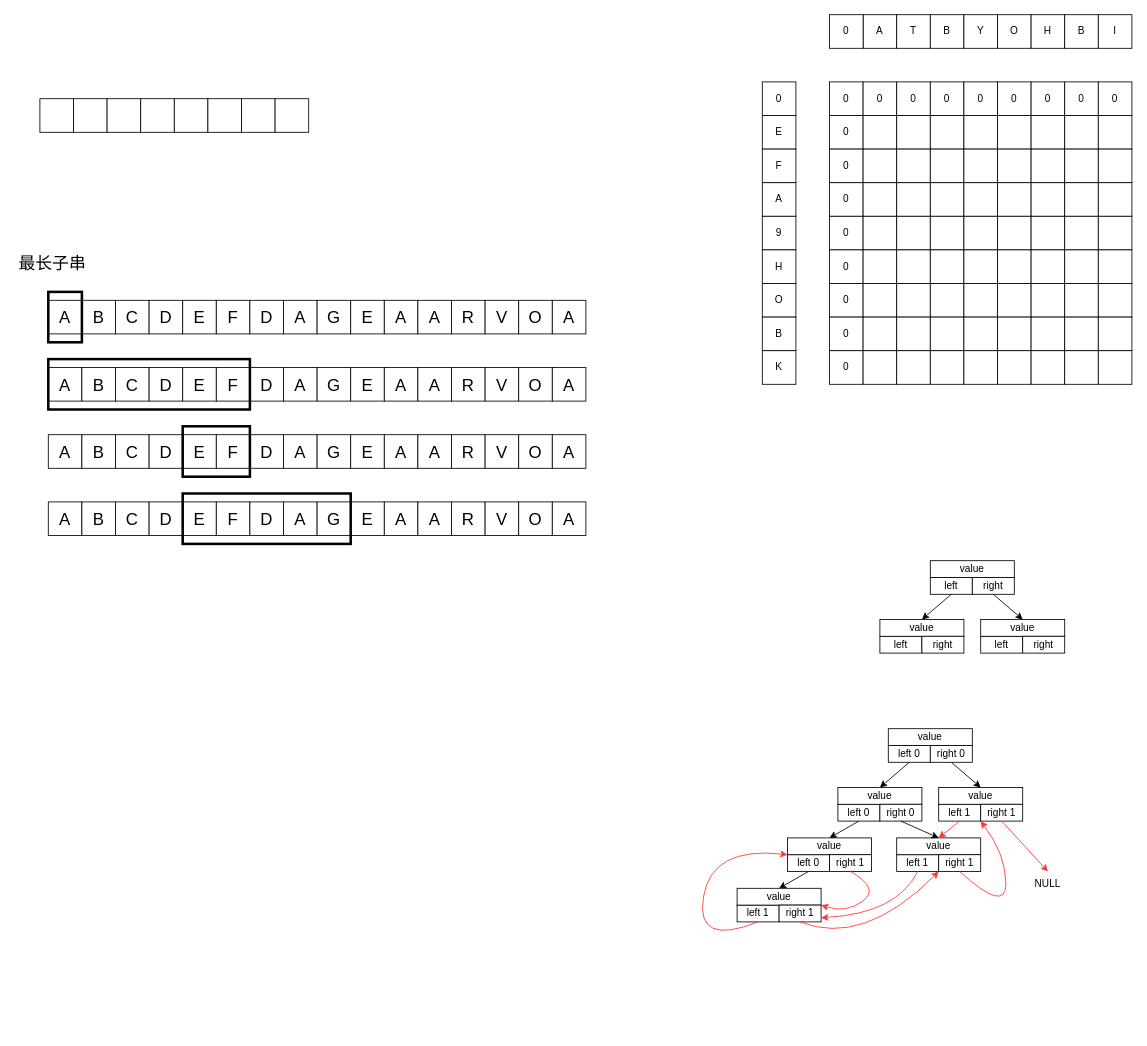
This is 数据结构.drawio from WFTGF2024/UML, a draw.io file, before an edit. Source tidied: cells renumbered, new cells numbered last; positions are measured from the earlier drawing's top-left corner, leaving out a move shared by most shapes. Both pictures are drawn from the tidied source at 84%, with x=0, y=0 at pixel (14, 14).
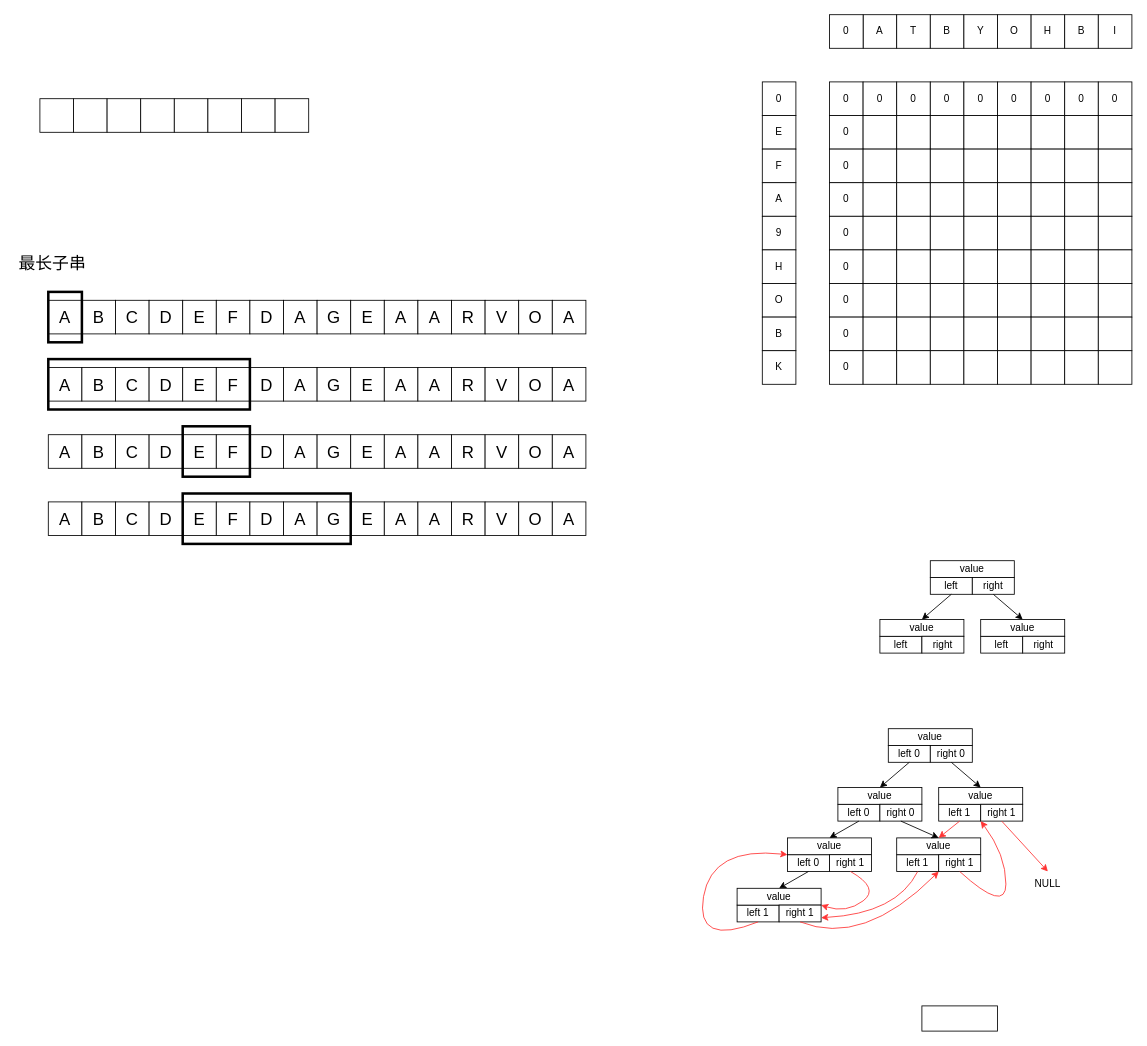
After the change.

Commit message:
更新数据结构.drawio

Diff of the diagram source:
```diff
@@
+    <mxCell id="220" style="rounded=0;whiteSpace=wrap;html=1;" parent="1" vertex="1">
+      <mxGeometry x="1080" y="1180" width="90" height="30" as="geometry" />
+    </mxCell>
```
